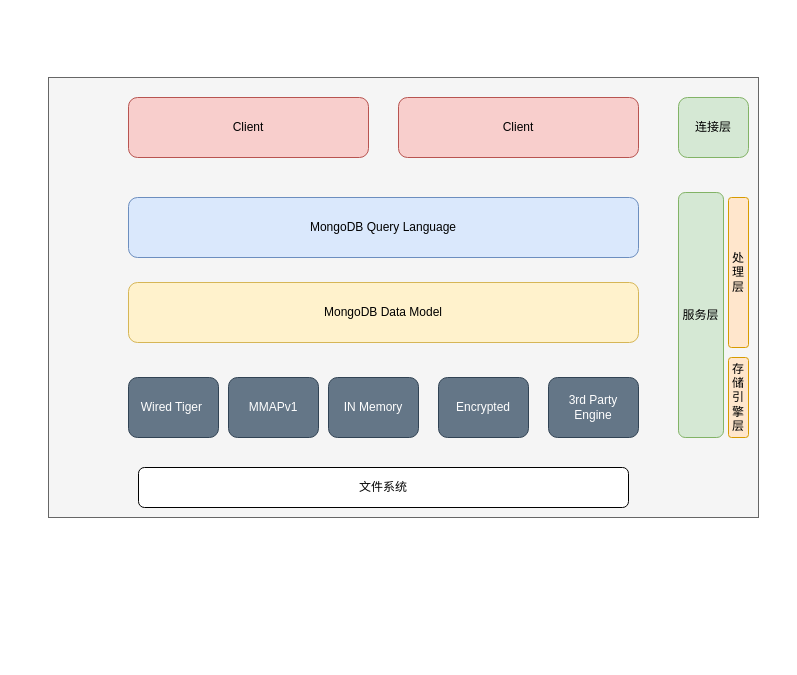
Above: img/组织结构.drawio in 15615639083/15615639083.github.io (draw.io), before the change. Source tidied: cells renumbered, new cells numbered last; positions are measured from the earlier drawing's top-left corner, leaving out a move shared by most shapes. Both pictures are drawn from the tidied source at 100%, with x=0, y=0 at pixel (48, 77).
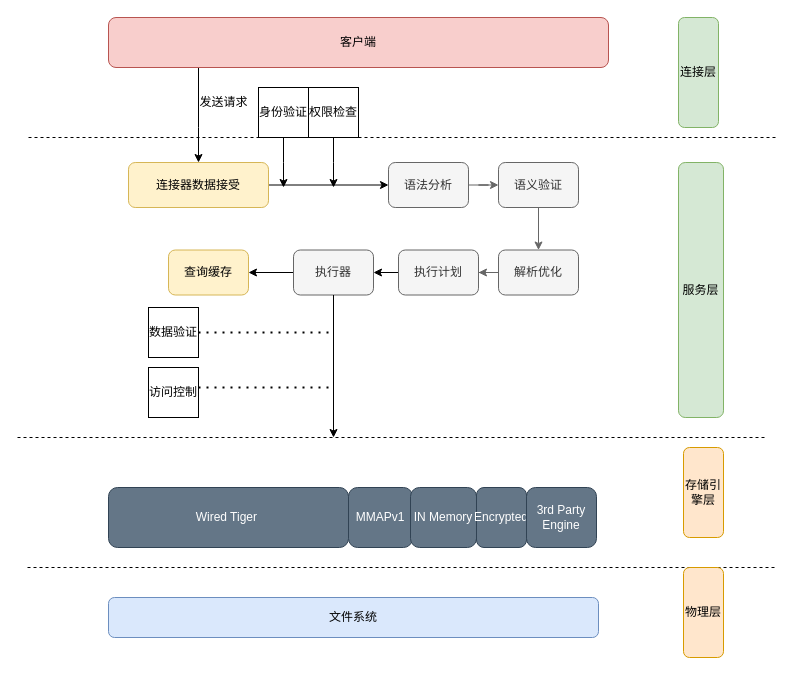
The same page after the edit.

Commit message:
更新组织结构.drawio

What changed in the source:
```diff
@@
-    <mxCell id="2" style="rounded=0;whiteSpace=wrap;html=1;fillColor=#f5f5f5;fontColor=#333333;strokeColor=#666666;" parent="1" vertex="1">
-      <mxGeometry width="710" height="440" as="geometry" />
-    </mxCell>
-    <mxCell id="3" value="Client" style="rounded=1;whiteSpace=wrap;html=1;fillColor=#f8cecc;strokeColor=#b85450;" parent="1" vertex="1">
-      <mxGeometry x="80" y="20" width="240" height="60" as="geometry" />
-    </mxCell>
+    <mxCell id="17" style="edgeStyle=orthogonalEdgeStyle;rounded=0;jettySize=auto;html=1;entryX=0.5;entryY=0;entryDx=0;entryDy=0;" parent="1" edge="1" source="4" target="6">
+      <mxGeometry relative="1" as="geometry">
+        <Array as="points">
+          <mxPoint x="150" y="50" />
+          <mxPoint x="150" y="50" />
+        </Array>
+      </mxGeometry>
+    </mxCell>
-    <mxCell id="4" value="Client" style="rounded=1;whiteSpace=wrap;html=1;fillColor=#f8cecc;strokeColor=#b85450;" parent="1" vertex="1">
-      <mxGeometry x="350" y="20" width="240" height="60" as="geometry" />
+    <mxCell id="4" value="客户端" style="rounded=1;whiteSpace=wrap;html=1;fillColor=#f8cecc;strokeColor=#b85450;" parent="1" vertex="1">
+      <mxGeometry x="60" y="-60" width="500" height="50" as="geometry" />
     </mxCell>
-    <mxCell id="5" value="MongoDB Query Language" style="rounded=1;whiteSpace=wrap;html=1;fillColor=#dae8fc;strokeColor=#6c8ebf;" parent="1" vertex="1">
-      <mxGeometry x="80" y="120" width="510" height="60" as="geometry" />
-    </mxCell>
+    <mxCell id="18" style="edgeStyle=orthogonalEdgeStyle;rounded=0;jettySize=auto;html=1;entryX=0;entryY=0.5;entryDx=0;entryDy=0;" parent="1" edge="1" source="6" target="27">
+      <mxGeometry relative="1" as="geometry" />
+    </mxCell>
-    <mxCell id="6" value="MongoDB Data Model" style="rounded=1;whiteSpace=wrap;html=1;fillColor=#fff2cc;strokeColor=#d6b656;" parent="1" vertex="1">
-      <mxGeometry x="80" y="205" width="510" height="60" as="geometry" />
+    <mxCell id="6" value="连接器数据接受" style="rounded=1;whiteSpace=wrap;html=1;fillColor=#fff2cc;strokeColor=#d6b656;" parent="1" vertex="1">
+      <mxGeometry x="80" y="85" width="140" height="45" as="geometry" />
     </mxCell>
     <mxCell id="7" value="Wired Tiger&amp;nbsp;" style="rounded=1;whiteSpace=wrap;html=1;fillColor=#647687;fontColor=#ffffff;strokeColor=#314354;" parent="1" vertex="1">
-      <mxGeometry x="80" y="300" width="90" height="60" as="geometry" />
+      <mxGeometry x="60" y="410" width="240" height="60" as="geometry" />
     </mxCell>
     <mxCell id="8" value="MMAPv1" style="rounded=1;whiteSpace=wrap;html=1;fillColor=#647687;fontColor=#ffffff;strokeColor=#314354;" parent="1" vertex="1">
-      <mxGeometry x="180" y="300" width="90" height="60" as="geometry" />
+      <mxGeometry x="300" y="410" width="64" height="60" as="geometry" />
     </mxCell>
     <mxCell id="9" value="IN Memory" style="rounded=1;whiteSpace=wrap;html=1;fillColor=#647687;fontColor=#ffffff;strokeColor=#314354;" parent="1" vertex="1">
-      <mxGeometry x="280" y="300" width="90" height="60" as="geometry" />
+      <mxGeometry x="362" y="410" width="66" height="60" as="geometry" />
     </mxCell>
     <mxCell id="10" value="Encrypted" style="rounded=1;whiteSpace=wrap;html=1;fillColor=#647687;fontColor=#ffffff;strokeColor=#314354;" parent="1" vertex="1">
-      <mxGeometry x="390" y="300" width="90" height="60" as="geometry" />
+      <mxGeometry x="428" y="410" width="50" height="60" as="geometry" />
     </mxCell>
     <mxCell id="11" value="3rd Party Engine" style="rounded=1;whiteSpace=wrap;html=1;fillColor=#647687;fontColor=#ffffff;strokeColor=#314354;" parent="1" vertex="1">
-      <mxGeometry x="500" y="300" width="90" height="60" as="geometry" />
+      <mxGeometry x="478" y="410" width="70" height="60" as="geometry" />
     </mxCell>
-    <mxCell id="12" value="文件系统" style="rounded=1;whiteSpace=wrap;html=1;" parent="1" vertex="1">
-      <mxGeometry x="90" y="390" width="490" height="40" as="geometry" />
+    <mxCell id="12" value="文件系统" style="rounded=1;whiteSpace=wrap;html=1;fillColor=#dae8fc;strokeColor=#6c8ebf;" parent="1" vertex="1">
+      <mxGeometry x="60" y="520" width="490" height="40" as="geometry" />
     </mxCell>
     <mxCell id="13" value="连接层" style="rounded=1;whiteSpace=wrap;html=1;fillColor=#d5e8d4;strokeColor=#82b366;" parent="1" vertex="1">
-      <mxGeometry x="630" y="20" width="70" height="60" as="geometry" />
+      <mxGeometry x="630" y="-60" width="40" height="110" as="geometry" />
     </mxCell>
-    <mxCell id="14" value="处理层" style="rounded=1;whiteSpace=wrap;html=1;fillColor=#ffe6cc;strokeColor=#d79b00;" parent="1" vertex="1">
-      <mxGeometry x="680" y="120" width="20" height="150" as="geometry" />
-    </mxCell>
     <mxCell id="15" value="服务层" style="rounded=1;whiteSpace=wrap;html=1;fillColor=#d5e8d4;strokeColor=#82b366;" parent="1" vertex="1">
-      <mxGeometry x="630" y="115" width="45" height="245" as="geometry" />
+      <mxGeometry x="630" y="85" width="45" height="255" as="geometry" />
     </mxCell>
     <mxCell id="16" value="存储引擎层" style="rounded=1;whiteSpace=wrap;html=1;fillColor=#ffe6cc;strokeColor=#d79b00;" parent="1" vertex="1">
-      <mxGeometry x="680" y="280" width="20" height="80" as="geometry" />
+      <mxGeometry x="635" y="370" width="40" height="90" as="geometry" />
     </mxCell>
+    <mxCell id="19" value="发送请求" style="text;html=1;align=center;verticalAlign=middle;strokeColor=none;fillColor=none;" parent="1" vertex="1">
+      <mxGeometry x="140" y="10" width="70" height="30" as="geometry" />
+    </mxCell>
+    <mxCell id="20" style="edgeStyle=orthogonalEdgeStyle;rounded=0;jettySize=auto;html=1;" parent="1" edge="1" source="21">
+      <mxGeometry relative="1" as="geometry">
+        <mxPoint x="235" y="110" as="targetPoint" />
+      </mxGeometry>
+    </mxCell>
+    <mxCell id="21" value="身份验证" style="whiteSpace=wrap;html=1;" parent="1" vertex="1">
+      <mxGeometry x="210" y="10" width="50" height="50" as="geometry" />
+    </mxCell>
+    <mxCell id="22" style="edgeStyle=orthogonalEdgeStyle;rounded=0;jettySize=auto;html=1;" parent="1" edge="1" source="23">
+      <mxGeometry relative="1" as="geometry">
+        <mxPoint x="285" y="110" as="targetPoint" />
+      </mxGeometry>
+    </mxCell>
+    <mxCell id="23" value="权限检查" style="whiteSpace=wrap;html=1;" parent="1" vertex="1">
+      <mxGeometry x="260" y="10" width="50" height="50" as="geometry" />
+    </mxCell>
+    <mxCell id="24" value="数据验证" style="whiteSpace=wrap;html=1;" parent="1" vertex="1">
+      <mxGeometry x="100" y="230" width="50" height="50" as="geometry" />
+    </mxCell>
+    <mxCell id="25" value="访问控制" style="whiteSpace=wrap;html=1;" parent="1" vertex="1">
+      <mxGeometry x="100" y="290" width="50" height="50" as="geometry" />
+    </mxCell>
+    <mxCell id="26" style="edgeStyle=orthogonalEdgeStyle;rounded=0;jettySize=auto;html=1;fillColor=#f5f5f5;strokeColor=#666666;" parent="1" edge="1" source="27" target="29">
+      <mxGeometry relative="1" as="geometry" />
+    </mxCell>
+    <mxCell id="27" value="语法分析" style="rounded=1;whiteSpace=wrap;html=1;fillColor=#f5f5f5;strokeColor=#666666;fontColor=#333333;" parent="1" vertex="1">
+      <mxGeometry x="340" y="85" width="80" height="45" as="geometry" />
+    </mxCell>
+    <mxCell id="28" style="edgeStyle=orthogonalEdgeStyle;rounded=0;jettySize=auto;html=1;fillColor=#f5f5f5;strokeColor=#666666;" parent="1" edge="1" source="29" target="31">
+      <mxGeometry relative="1" as="geometry" />
+    </mxCell>
+    <mxCell id="29" value="语义验证" style="rounded=1;whiteSpace=wrap;html=1;fillColor=#f5f5f5;strokeColor=#666666;fontColor=#333333;" parent="1" vertex="1">
+      <mxGeometry x="450" y="85" width="80" height="45" as="geometry" />
+    </mxCell>
+    <mxCell id="30" style="edgeStyle=orthogonalEdgeStyle;rounded=0;jettySize=auto;html=1;fillColor=#f5f5f5;strokeColor=#666666;" parent="1" edge="1" source="31" target="33">
+      <mxGeometry relative="1" as="geometry" />
+    </mxCell>
+    <mxCell id="31" value="解析优化" style="rounded=1;whiteSpace=wrap;html=1;fillColor=#f5f5f5;strokeColor=#666666;fontColor=#333333;" parent="1" vertex="1">
+      <mxGeometry x="450" y="172.5" width="80" height="45" as="geometry" />
+    </mxCell>
+    <mxCell id="32" style="edgeStyle=orthogonalEdgeStyle;rounded=0;jettySize=auto;html=1;" parent="1" edge="1" source="33" target="35">
+      <mxGeometry relative="1" as="geometry" />
+    </mxCell>
+    <mxCell id="33" value="执行计划" style="rounded=1;whiteSpace=wrap;html=1;fillColor=#f5f5f5;strokeColor=#666666;fontColor=#333333;" parent="1" vertex="1">
+      <mxGeometry x="350" y="172.5" width="80" height="45" as="geometry" />
+    </mxCell>
+    <mxCell id="34" style="edgeStyle=orthogonalEdgeStyle;rounded=0;jettySize=auto;html=1;" parent="1" edge="1" source="35" target="36">
+      <mxGeometry relative="1" as="geometry" />
+    </mxCell>
+    <mxCell id="35" value="执行器" style="rounded=1;whiteSpace=wrap;html=1;fillColor=#f5f5f5;strokeColor=#666666;fontColor=#333333;" parent="1" vertex="1">
+      <mxGeometry x="245" y="172.5" width="80" height="45" as="geometry" />
+    </mxCell>
+    <mxCell id="36" value="查询缓存" style="rounded=1;whiteSpace=wrap;html=1;fillColor=#fff2cc;strokeColor=#d6b656;" parent="1" vertex="1">
+      <mxGeometry x="120" y="172.5" width="80" height="45" as="geometry" />
+    </mxCell>
+    <mxCell id="37" style="endArrow=none;dashed=1;html=1;rounded=0;" parent="1" edge="1">
+      <mxGeometry relative="1" as="geometry">
+        <mxPoint x="-20" y="60" as="sourcePoint" />
+        <mxPoint x="730" y="60" as="targetPoint" />
+      </mxGeometry>
+    </mxCell>
+    <mxCell id="38" style="endArrow=none;dashed=1;html=1;rounded=0;" parent="1" edge="1">
+      <mxGeometry relative="1" as="geometry">
+        <mxPoint x="-31" y="360" as="sourcePoint" />
+        <mxPoint x="719" y="360" as="targetPoint" />
+      </mxGeometry>
+    </mxCell>
+    <mxCell id="39" style="endArrow=none;dashed=1;html=1;rounded=0;" parent="1" edge="1">
+      <mxGeometry relative="1" as="geometry">
+        <mxPoint x="-21" y="490" as="sourcePoint" />
+        <mxPoint x="729" y="490" as="targetPoint" />
+      </mxGeometry>
+    </mxCell>
+    <mxCell id="40" style="endArrow=classic;html=1;rounded=0;exitX=0.5;exitY=1;exitDx=0;exitDy=0;" parent="1" edge="1" source="35">
+      <mxGeometry relative="1" as="geometry">
+        <mxPoint x="285" y="360" as="targetPoint" />
+      </mxGeometry>
+    </mxCell>
+    <mxCell id="41" style="endArrow=none;dashed=1;html=1;dashPattern=1 3;strokeWidth=2;rounded=0;entryX=1;entryY=0.5;entryDx=0;entryDy=0;" parent="1" edge="1" target="24">
+      <mxGeometry relative="1" as="geometry">
+        <mxPoint x="280" y="255" as="sourcePoint" />
+      </mxGeometry>
+    </mxCell>
+    <mxCell id="42" style="endArrow=none;dashed=1;html=1;dashPattern=1 3;strokeWidth=2;rounded=0;entryX=1;entryY=0.5;entryDx=0;entryDy=0;" parent="1" edge="1">
+      <mxGeometry relative="1" as="geometry">
+        <mxPoint x="280" y="310" as="sourcePoint" />
+        <mxPoint x="150" y="310" as="targetPoint" />
+      </mxGeometry>
+    </mxCell>
+    <mxCell id="43" value="物理层" style="rounded=1;whiteSpace=wrap;html=1;fillColor=#ffe6cc;strokeColor=#d79b00;" parent="1" vertex="1">
+      <mxGeometry x="635" y="490" width="40" height="90" as="geometry" />
+    </mxCell>
```
